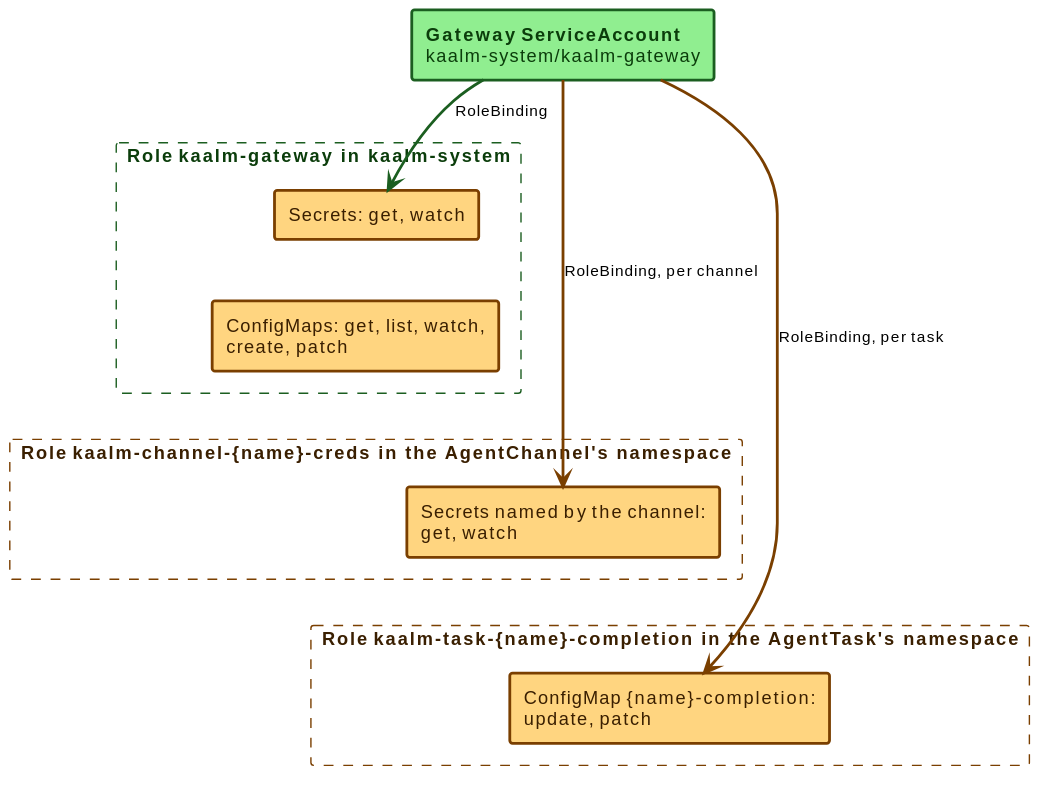
Before: docs/src/diagrams/gateway-rbac-namespaced.svg, a diagram exported from PlantUML (win07xp/kaalm). Source of this version:
```plantuml
@startuml
!include _style.puml
skinparam nodesep 14
skinparam ranksep 30
skinparam rectangle {
  roundCorner 4
}
rectangle "**Gateway ServiceAccount** kaalm-system/kaalm-gateway" as GWSA #back:90EE90;line:1B5E20;line.bold;text:0b3d0b
rectangle "**Role** kaalm-gateway in kaalm-system" as nssys #line:1B5E20;line.dashed;text:0b3d0b {
  rectangle "Secrets: get, watch" as secs #back:FFD580;line:7a3f00;line.bold;text:3a1f00
  rectangle "ConfigMaps: get, list, watch, create, patch" as cms #back:FFD580;line:7a3f00;line.bold;text:3a1f00
}
rectangle "**Role** kaalm-channel-{name}-creds in the AgentChannel's namespace" as nsch #line:7a3f00;line.dashed;text:3a1f00 {
  rectangle "Secrets named by the channel: get, watch" as chsec #back:FFD580;line:7a3f00;line.bold;text:3a1f00
}
rectangle "**Role** kaalm-task-{name}-completion in the AgentTask's namespace" as nstask #line:7a3f00;line.dashed;text:3a1f00 {
  rectangle "ConfigMap {name}-completion: update, patch" as compcm #back:FFD580;line:7a3f00;line.bold;text:3a1f00
}
GWSA -[#1B5E20,bold]-> secs : RoleBinding
GWSA .[#7a3f00,bold].> chsec : RoleBinding, per channel
GWSA .[#7a3f00,bold].> compcm : RoleBinding, per task
secs -[hidden]down- cms
cms -[hidden]down- chsec
chsec -[hidden]down- compcm
@enduml
```
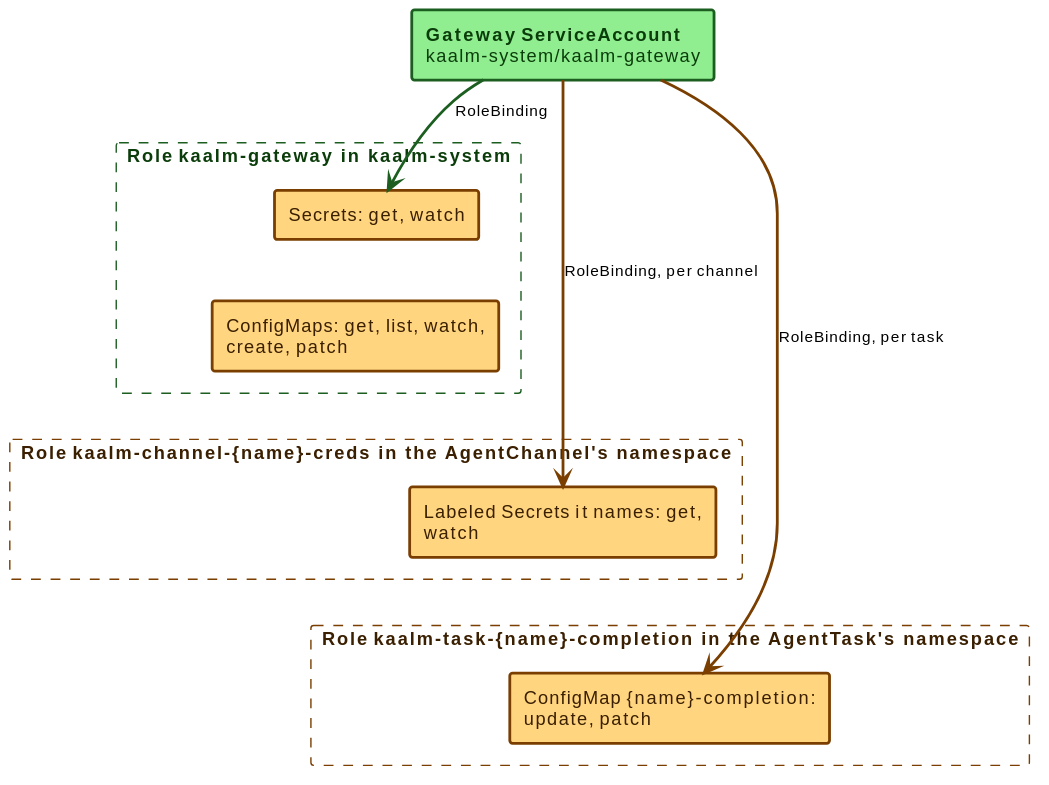
Later version of the same file.

Diff of the diagram source:
```diff
@@ -11,7 +11,7 @@
   rectangle "ConfigMaps: get, list, watch, create, patch" as cms #back:FFD580;line:7a3f00;line.bold;text:3a1f00
 }
 rectangle "**Role** kaalm-channel-{name}-creds in the AgentChannel's namespace" as nsch #line:7a3f00;line.dashed;text:3a1f00 {
-  rectangle "Secrets named by the channel: get, watch" as chsec #back:FFD580;line:7a3f00;line.bold;text:3a1f00
+  rectangle "Labeled Secrets it names: get, watch" as chsec #back:FFD580;line:7a3f00;line.bold;text:3a1f00
 }
 rectangle "**Role** kaalm-task-{name}-completion in the AgentTask's namespace" as nstask #line:7a3f00;line.dashed;text:3a1f00 {
   rectangle "ConfigMap {name}-completion: update, patch" as compcm #back:FFD580;line:7a3f00;line.bold;text:3a1f00
```
